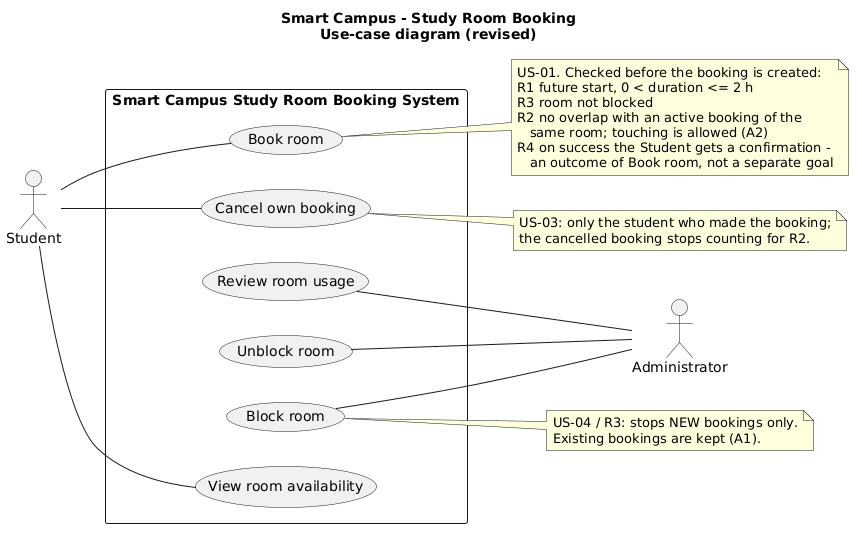
The PlantUML diagram week-04/models/img/use-case.png in Xseron/se-practice, before a commit. Source of this version:
```plantuml
@startuml
title Smart Campus - Study Room Booking\nUse-case diagram (revised)

left to right direction
skinparam shadowing false

actor Student
actor Administrator

rectangle "Smart Campus Study Room Booking System" {
  usecase "View room availability" as UC_View
  usecase "Book room" as UC_Book
  usecase "Cancel own booking" as UC_Cancel
  usecase "Block room" as UC_Block
  usecase "Unblock room" as UC_Unblock
  usecase "Review room usage" as UC_Review
}

Student -- UC_View
Student -- UC_Book
Student -- UC_Cancel

UC_Block   -- Administrator
UC_Unblock -- Administrator
UC_Review  -- Administrator

note right of UC_Book
  US-01. Checked before the booking is created:
  R1 future start, 0 < duration <= 2 h
  R3 room not blocked
  R2 no overlap with an active booking of the
     same room; touching is allowed (A2)
  R4 on success the Student gets a confirmation -
     an outcome of Book room, not a separate goal
end note

note right of UC_Block
  US-04 / R3: stops NEW bookings only.
  Existing bookings are kept (A1).
end note

note right of UC_Cancel
  US-03: only the student who made the booking;
  the cancelled booking stops counting for R2.
end note
@enduml
```
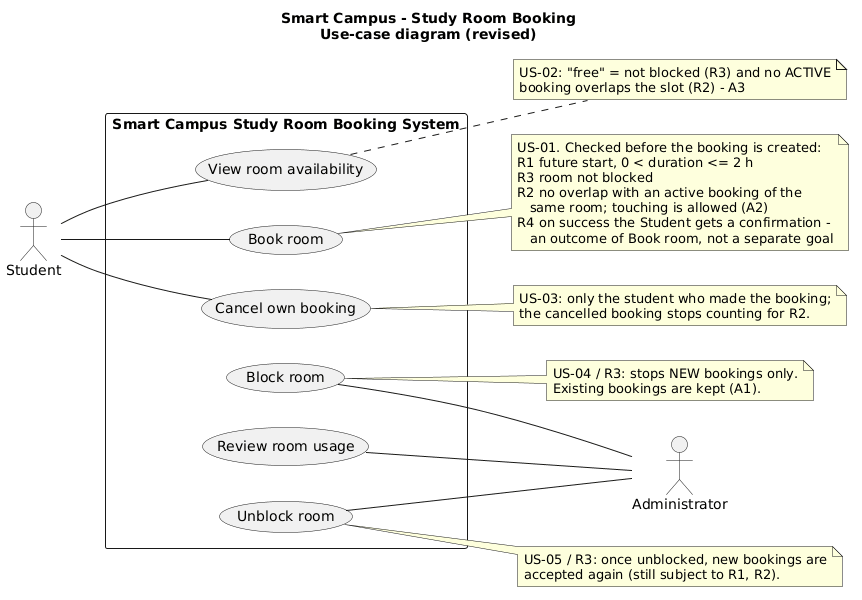
The same file after the commit.

Change to the diagram source:
```diff
@@ -39,6 +39,16 @@
   Existing bookings are kept (A1).
 end note
 
+note right of UC_Unblock
+  US-05 / R3: once unblocked, new bookings are
+  accepted again (still subject to R1, R2).
+end note
+
+note right of UC_View
+  US-02: "free" = not blocked (R3) and no ACTIVE
+  booking overlaps the slot (R2) - A3
+end note
+
 note right of UC_Cancel
   US-03: only the student who made the booking;
   the cancelled booking stops counting for R2.
```
